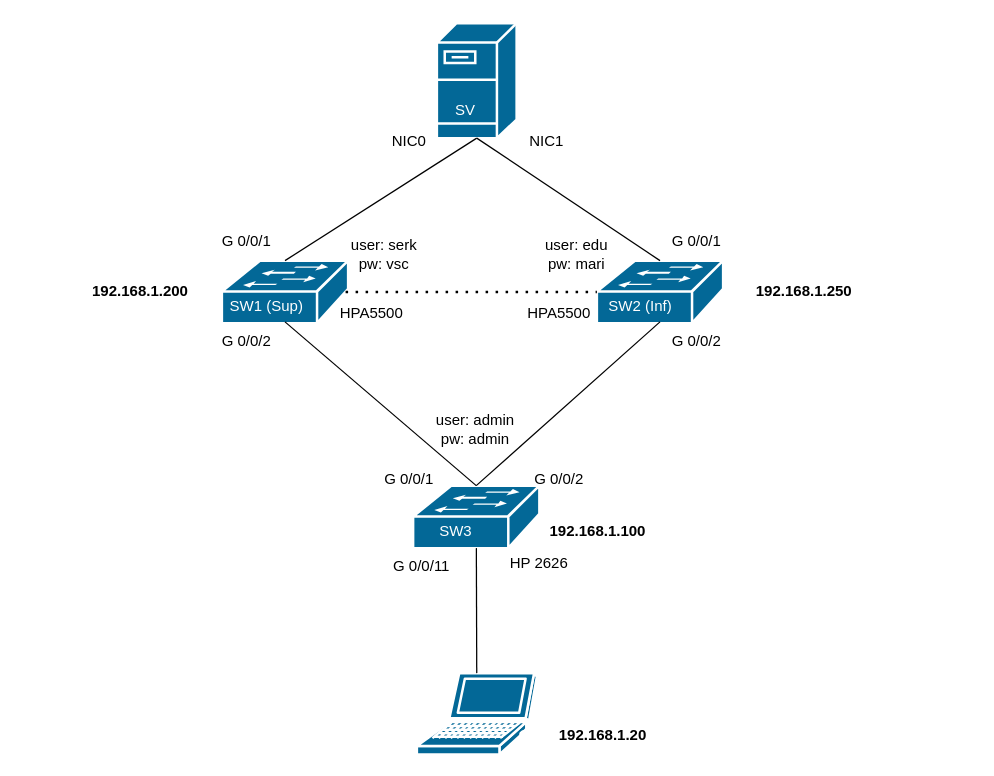
Earlier version of the draw.io diagram Topology.drawio (serkVSC/VDRES_Configuracoes). Source tidied: cells renumbered, new cells numbered last; positions are measured from the earlier drawing's top-left corner, leaving out a move shared by most shapes. Both pictures are drawn from the tidied source at 125%, with x=0, y=0 at pixel (59, 22).
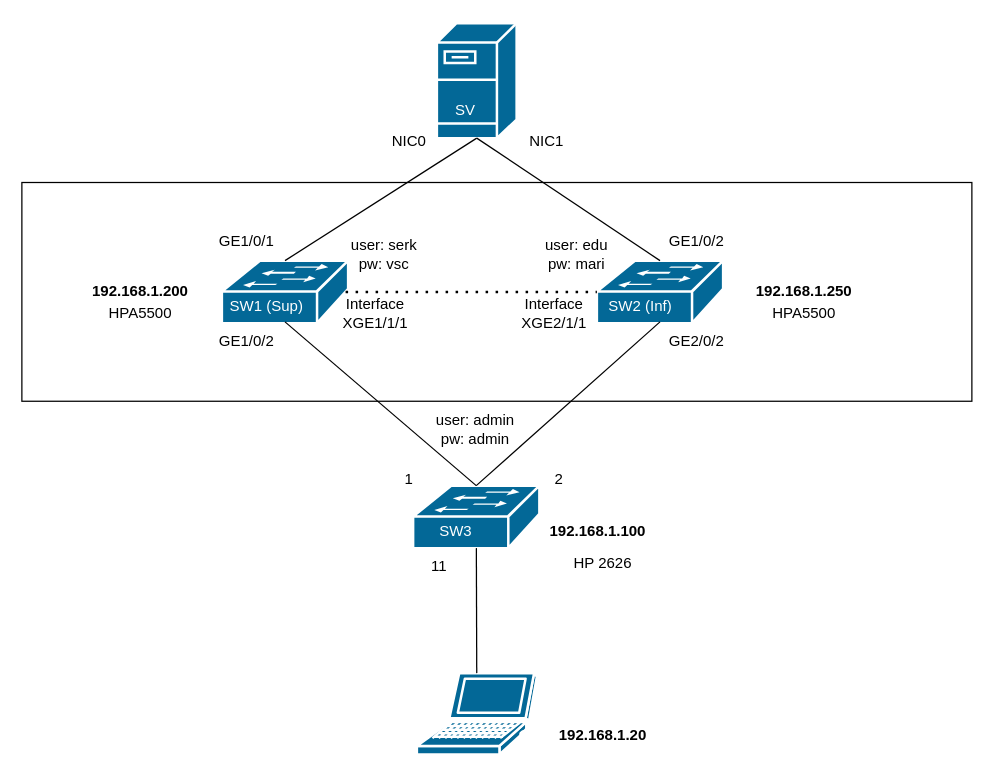
Above is the later version.

The edit, as a diff of the source:
```diff
@@
+    <mxCell id="37" style="rounded=0;whiteSpace=wrap;html=1;" parent="1" vertex="1">
+      <mxGeometry x="-30" y="127.5" width="760" height="175" as="geometry" />
+    </mxCell>
@@
-    <mxCell id="15" value="G 0/0/1" style="text;html=1;strokeColor=none;fillColor=none;align=center;verticalAlign=middle;whiteSpace=wrap;rounded=0;" parent="1" vertex="1">
+    <mxCell id="15" value="GE1/0/1" style="text;html=1;strokeColor=none;fillColor=none;align=center;verticalAlign=middle;whiteSpace=wrap;rounded=0;" parent="1" vertex="1">
       <mxGeometry x="120" y="160" width="60" height="30" as="geometry" />
     </mxCell>
-    <mxCell id="16" value="G 0/0/1" style="text;html=1;strokeColor=none;fillColor=none;align=center;verticalAlign=middle;whiteSpace=wrap;rounded=0;" parent="1" vertex="1">
+    <mxCell id="16" value="GE1/0/2" style="text;html=1;strokeColor=none;fillColor=none;align=center;verticalAlign=middle;whiteSpace=wrap;rounded=0;" parent="1" vertex="1">
       <mxGeometry x="480" y="160" width="60" height="30" as="geometry" />
     </mxCell>
-    <mxCell id="17" value="G 0/0/2" style="text;html=1;strokeColor=none;fillColor=none;align=center;verticalAlign=middle;whiteSpace=wrap;rounded=0;" parent="1" vertex="1">
+    <mxCell id="17" value="GE1/0/2" style="text;html=1;strokeColor=none;fillColor=none;align=center;verticalAlign=middle;whiteSpace=wrap;rounded=0;" parent="1" vertex="1">
       <mxGeometry x="120" y="240" width="60" height="30" as="geometry" />
     </mxCell>
-    <mxCell id="18" value="G 0/0/2" style="text;html=1;strokeColor=none;fillColor=none;align=center;verticalAlign=middle;whiteSpace=wrap;rounded=0;" parent="1" vertex="1">
+    <mxCell id="18" value="GE2/0/2" style="text;html=1;strokeColor=none;fillColor=none;align=center;verticalAlign=middle;whiteSpace=wrap;rounded=0;" parent="1" vertex="1">
       <mxGeometry x="480" y="240" width="60" height="30" as="geometry" />
     </mxCell>
-    <mxCell id="19" value="G 0/0/1" style="text;html=1;strokeColor=none;fillColor=none;align=center;verticalAlign=middle;whiteSpace=wrap;rounded=0;" parent="1" vertex="1">
+    <mxCell id="19" value="1" style="text;html=1;strokeColor=none;fillColor=none;align=center;verticalAlign=middle;whiteSpace=wrap;rounded=0;" parent="1" vertex="1">
       <mxGeometry x="250" y="350" width="60" height="30" as="geometry" />
     </mxCell>
-    <mxCell id="20" value="G 0/0/2" style="text;html=1;strokeColor=none;fillColor=none;align=center;verticalAlign=middle;whiteSpace=wrap;rounded=0;" parent="1" vertex="1">
+    <mxCell id="20" value="2" style="text;html=1;strokeColor=none;fillColor=none;align=center;verticalAlign=middle;whiteSpace=wrap;rounded=0;" parent="1" vertex="1">
       <mxGeometry x="370" y="350" width="60" height="30" as="geometry" />
     </mxCell>
-    <mxCell id="21" value="G 0/0/11" style="text;html=1;strokeColor=none;fillColor=none;align=center;verticalAlign=middle;whiteSpace=wrap;rounded=0;" parent="1" vertex="1">
-      <mxGeometry x="260" y="420" width="60" height="30" as="geometry" />
+    <mxCell id="21" value="11" style="text;html=1;strokeColor=none;fillColor=none;align=center;verticalAlign=middle;whiteSpace=wrap;rounded=0;" parent="1" vertex="1">
+      <mxGeometry x="274" y="420" width="60" height="30" as="geometry" />
     </mxCell>
@@
     <mxCell id="27" value="&lt;font color=&quot;#000000&quot;&gt;HPA5500&lt;/font&gt;" style="text;html=1;strokeColor=none;fillColor=none;align=center;verticalAlign=middle;whiteSpace=wrap;rounded=0;fontColor=#FFFFFF;" parent="1" vertex="1">
-      <mxGeometry x="220" y="217" width="60" height="30" as="geometry" />
+      <mxGeometry x="566" y="217" width="60" height="30" as="geometry" />
     </mxCell>
     <mxCell id="28" value="&lt;font color=&quot;#000000&quot;&gt;HPA5500&lt;/font&gt;" style="text;html=1;strokeColor=none;fillColor=none;align=center;verticalAlign=middle;whiteSpace=wrap;rounded=0;fontColor=#FFFFFF;" parent="1" vertex="1">
-      <mxGeometry x="370" y="217" width="60" height="30" as="geometry" />
+      <mxGeometry x="35" y="217" width="60" height="30" as="geometry" />
     </mxCell>
@@
     <mxCell id="30" value="&lt;font color=&quot;#000000&quot;&gt;HP 2626&lt;/font&gt;" style="text;html=1;strokeColor=none;fillColor=none;align=center;verticalAlign=middle;whiteSpace=wrap;rounded=0;fontColor=#FFFFFF;" parent="1" vertex="1">
-      <mxGeometry x="354" y="417" width="60" height="30" as="geometry" />
+      <mxGeometry x="405" y="417" width="60" height="30" as="geometry" />
     </mxCell>
@@
+    <mxCell id="38" value="&lt;font color=&quot;#000000&quot;&gt;Interface XGE1/1/1&lt;/font&gt;" style="text;html=1;strokeColor=none;fillColor=none;align=center;verticalAlign=middle;whiteSpace=wrap;rounded=0;fontColor=#FFFFFF;" parent="1" vertex="1">
+      <mxGeometry x="223" y="217" width="60" height="30" as="geometry" />
+    </mxCell>
+    <mxCell id="39" value="&lt;font color=&quot;#000000&quot;&gt;Interface XGE2/1/1&lt;/font&gt;" style="text;html=1;strokeColor=none;fillColor=none;align=center;verticalAlign=middle;whiteSpace=wrap;rounded=0;fontColor=#FFFFFF;" parent="1" vertex="1">
+      <mxGeometry x="365.8" y="217" width="60" height="30" as="geometry" />
+    </mxCell>
```
